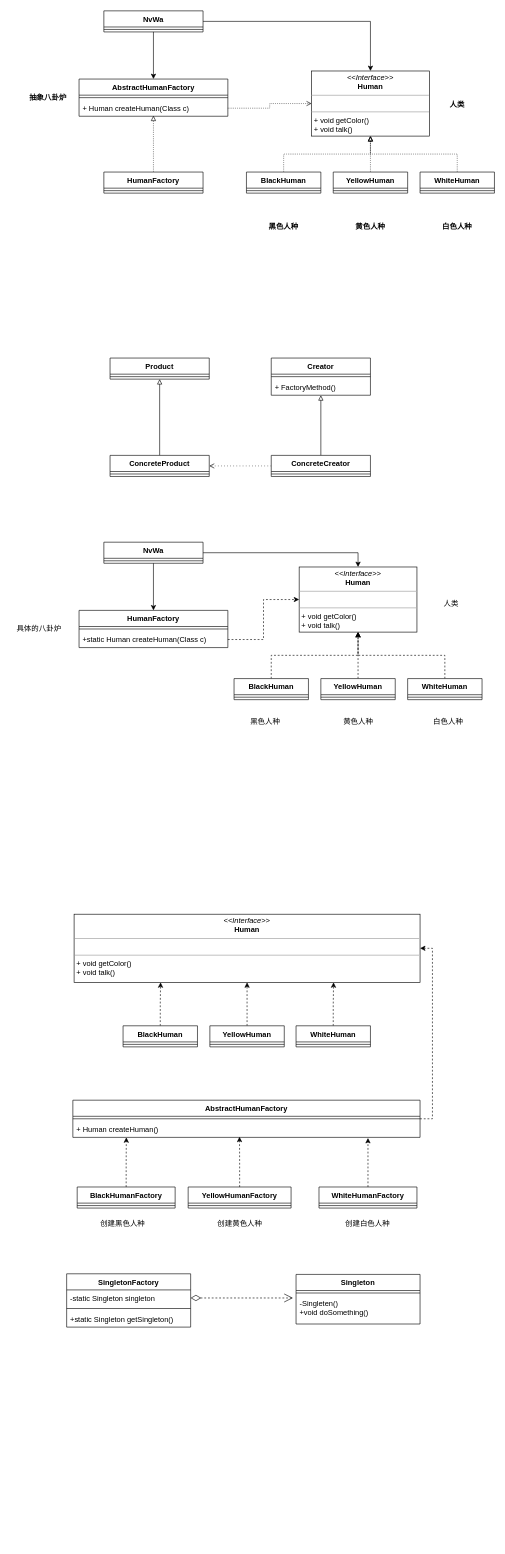
Above: src/2.factory-method-pattern/工厂方法模式.drawio in ark-65/design-pattern-for-ts (draw.io), before the change. Source tidied: cells renumbered, new cells numbered last; positions are measured from the earlier drawing's top-left corner, leaving out a move shared by most shapes. Both pictures are drawn from the tidied source at 62%, with x=0, y=0 at pixel (11, 11).
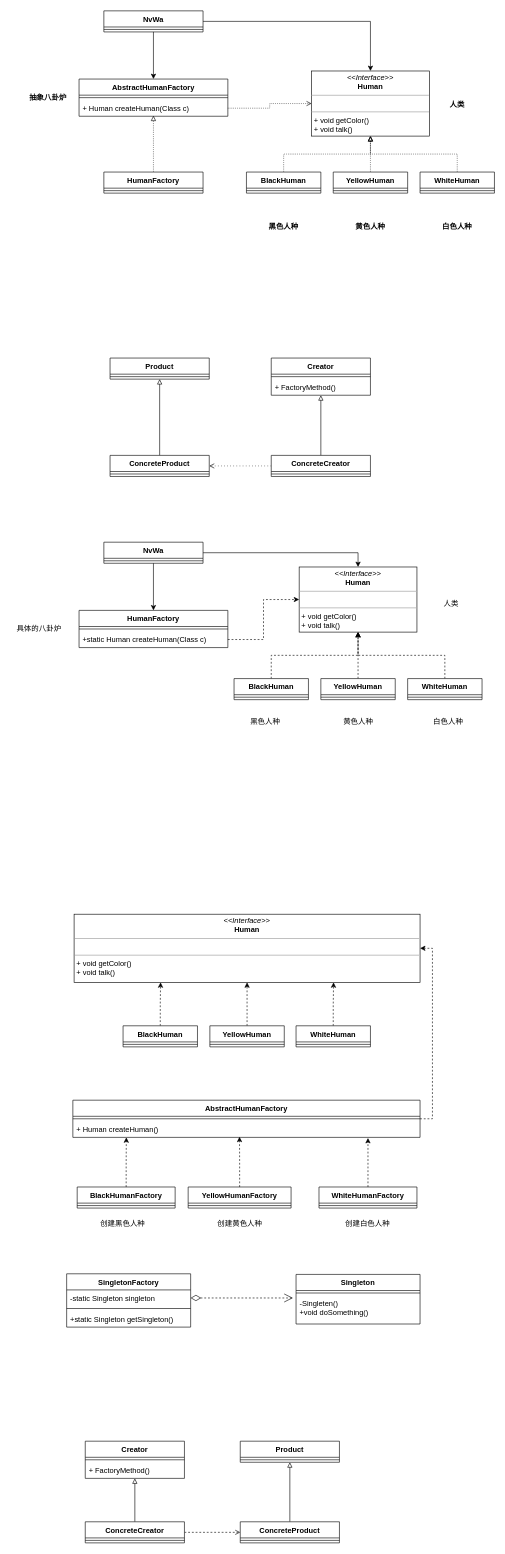
After the change.

Change to the diagram source:
```diff
@@
+    <mxCell id="97" value="Creator" style="swimlane;fontStyle=1;align=center;verticalAlign=top;horizontal=1;startSize=26;" parent="1" vertex="1">
+      <mxGeometry x="120" y="2307" width="160" height="60" as="geometry" />
+    </mxCell>
+    <mxCell id="98" style="line;strokeWidth=1;fillColor=none;align=left;verticalAlign=middle;spacingTop=-1;spacingLeft=3;spacingRight=3;labelPosition=right;" parent="97" vertex="1">
+      <mxGeometry y="26" width="160" height="8" as="geometry" />
+    </mxCell>
+    <mxCell id="99" value="+ FactoryMethod()" style="text;strokeColor=none;fillColor=none;align=left;verticalAlign=top;spacingLeft=4;spacingRight=4;overflow=hidden;" parent="97" vertex="1">
+      <mxGeometry y="34" width="160" height="26" as="geometry" />
+    </mxCell>
+    <mxCell id="100" value="Product" style="swimlane;fontStyle=1;align=center;verticalAlign=top;horizontal=1;startSize=26;" parent="1" vertex="1">
+      <mxGeometry x="370" y="2307" width="160" height="34" as="geometry" />
+    </mxCell>
+    <mxCell id="101" style="line;strokeWidth=1;fillColor=none;align=left;verticalAlign=middle;spacingTop=-1;spacingLeft=3;spacingRight=3;labelPosition=right;" parent="100" vertex="1">
+      <mxGeometry y="26" width="160" height="8" as="geometry" />
+    </mxCell>
+    <mxCell id="102" style="edgeStyle=orthogonalEdgeStyle;rounded=0;jettySize=auto;html=1;exitX=0.5;exitY=0;exitDx=0;exitDy=0;endArrow=block;endFill=0;" parent="1" edge="1" source="103" target="100">
+      <mxGeometry relative="1" as="geometry" />
+    </mxCell>
+    <mxCell id="103" value="ConcreteProduct" style="swimlane;fontStyle=1;align=center;verticalAlign=top;horizontal=1;startSize=26;" parent="1" vertex="1">
+      <mxGeometry x="370" y="2437" width="160" height="34" as="geometry" />
+    </mxCell>
+    <mxCell id="104" style="line;strokeWidth=1;fillColor=none;align=left;verticalAlign=middle;spacingTop=-1;spacingLeft=3;spacingRight=3;labelPosition=right;" parent="103" vertex="1">
+      <mxGeometry y="26" width="160" height="8" as="geometry" />
+    </mxCell>
+    <mxCell id="105" style="edgeStyle=orthogonalEdgeStyle;rounded=0;jettySize=auto;html=1;exitX=1;exitY=0.5;exitDx=0;exitDy=0;endArrow=open;endFill=0;dashed=1;" parent="1" edge="1" source="107" target="103">
+      <mxGeometry relative="1" as="geometry" />
+    </mxCell>
+    <mxCell id="106" style="edgeStyle=orthogonalEdgeStyle;rounded=0;jettySize=auto;html=1;exitX=0.5;exitY=0;exitDx=0;exitDy=0;endArrow=block;endFill=0;" parent="1" edge="1" source="107" target="97">
+      <mxGeometry relative="1" as="geometry" />
+    </mxCell>
+    <mxCell id="107" value="ConcreteCreator" style="swimlane;fontStyle=1;align=center;verticalAlign=top;horizontal=1;startSize=26;" parent="1" vertex="1">
+      <mxGeometry x="120" y="2437" width="160" height="34" as="geometry" />
+    </mxCell>
+    <mxCell id="108" style="line;strokeWidth=1;fillColor=none;align=left;verticalAlign=middle;spacingTop=-1;spacingLeft=3;spacingRight=3;labelPosition=right;" parent="107" vertex="1">
+      <mxGeometry y="26" width="160" height="8" as="geometry" />
+    </mxCell>
```
